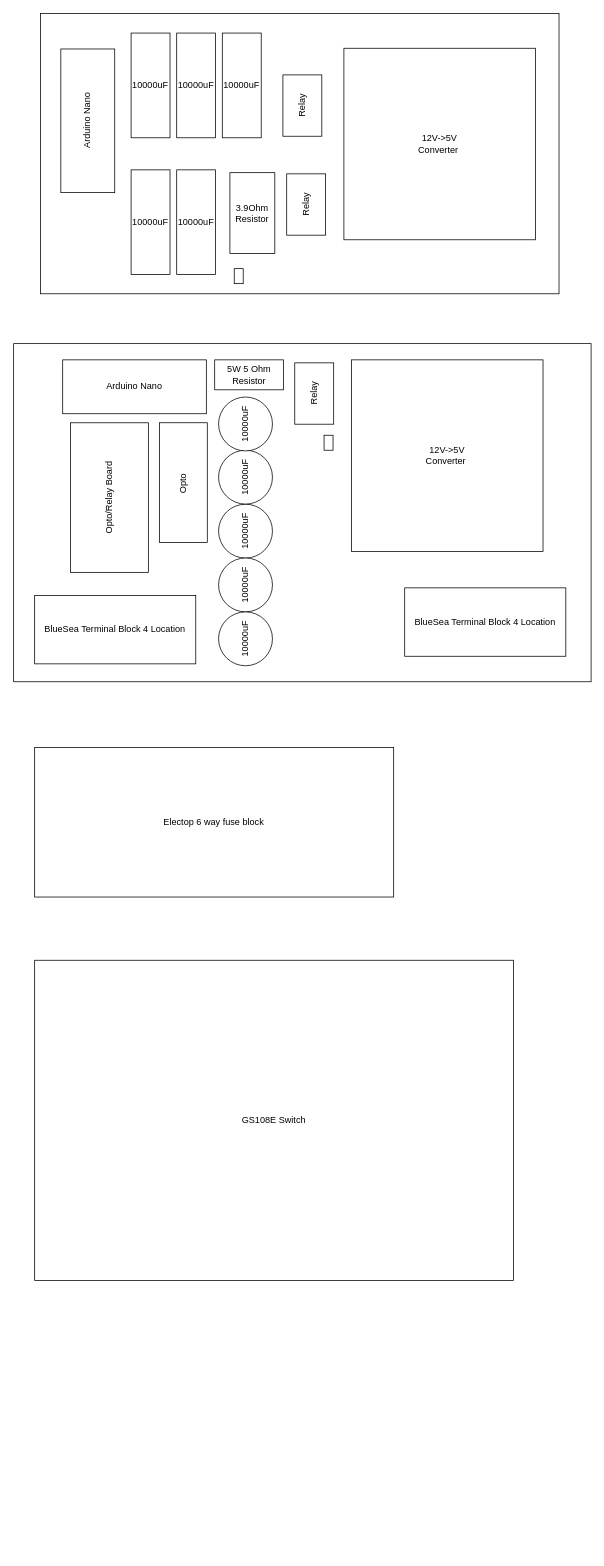
The draw.io diagram page "Relay 12V Layout" (3 of 3) of blog/2022-10-27-ups/UPS.drawio in natecostello/van_two_point_oh, before the edit. Source tidied: cells renumbered, new cells numbered last; positions are measured from the earlier drawing's top-left corner, leaving out a move shared by most shapes. Both pictures are drawn from the tidied source at 76%, with x=0, y=0 at pixel (16, -106).
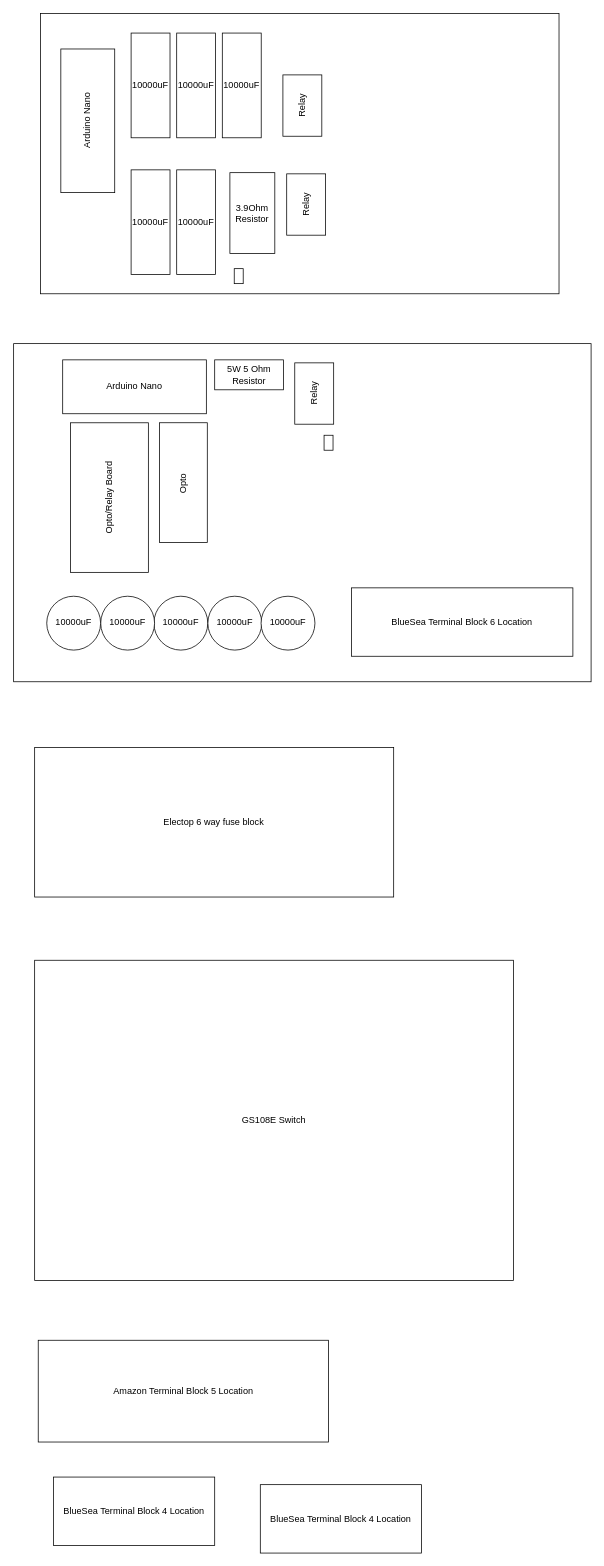
After the change.

What changed in the source:
```diff
@@
-    <mxCell id="14" value="12V-&amp;gt;5V&lt;br&gt;Converter&amp;nbsp;" style="rounded=0;whiteSpace=wrap;html=1;" parent="1" vertex="1">
-      <mxGeometry x="431" y="202" width="252" height="252" as="geometry" />
-    </mxCell>
@@
-    <mxCell id="20" value="12V-&amp;gt;5V&lt;br&gt;Converter&amp;nbsp;" style="rounded=0;whiteSpace=wrap;html=1;" parent="1" vertex="1">
-      <mxGeometry x="441" y="612" width="252" height="252" as="geometry" />
-    </mxCell>
+    <mxCell id="26" value="BlueSea Terminal Block 4 Location" style="rounded=0;whiteSpace=wrap;html=1;rotation=0;" parent="1" vertex="1">
+      <mxGeometry x="49" y="2082" width="212" height="90" as="geometry" />
+    </mxCell>
+    <mxCell id="27" value="Electop 6 way fuse block" style="rounded=0;whiteSpace=wrap;html=1;rotation=0;" parent="1" vertex="1">
+      <mxGeometry x="24.1" y="1122" width="472.4" height="196.8" as="geometry" />
+    </mxCell>
+    <mxCell id="28" value="GS108E Switch" style="rounded=0;whiteSpace=wrap;html=1;rotation=0;" parent="1" vertex="1">
+      <mxGeometry x="24.1" y="1402" width="629.9" height="421.3" as="geometry" />
+    </mxCell>
+    <mxCell id="29" value="BlueSea Terminal Block 4 Location" style="rounded=0;whiteSpace=wrap;html=1;rotation=0;" parent="1" vertex="1">
+      <mxGeometry x="321" y="2092" width="212" height="90" as="geometry" />
+    </mxCell>
+    <mxCell id="30" style="rounded=0;whiteSpace=wrap;html=1;" parent="1" vertex="1">
+      <mxGeometry x="404.9" y="711.2" width="11.8" height="19.7" as="geometry" />
+    </mxCell>
+    <mxCell id="31" value="Amazon Terminal Block 5 Location" style="rounded=0;whiteSpace=wrap;html=1;rotation=0;" parent="1" vertex="1">
+      <mxGeometry x="28.8" y="1902" width="381.9" height="133.9" as="geometry" />
+    </mxCell>
+    <mxCell id="32" value="BlueSea Terminal Block 6 Location" style="rounded=0;whiteSpace=wrap;html=1;rotation=0;" parent="1" vertex="1">
+      <mxGeometry x="441" y="912" width="291.3" height="90" as="geometry" />
+    </mxCell>
+    <mxCell id="33" style="group;rotation=90;" parent="1" vertex="1">
+      <mxGeometry x="181" y="782" width="70.9" height="353.6" as="geometry" />
+    </mxCell>
-    <mxCell id="21" value="10000uF" style="ellipse;whiteSpace=wrap;html=1;rotation=-90;" parent="1" vertex="1">
-      <mxGeometry x="266.1" y="801.9" width="70.9" height="70.9" as="geometry" />
+    <mxCell id="21" value="10000uF" style="ellipse;whiteSpace=wrap;html=1;rotation=0;" parent="33" vertex="1">
+      <mxGeometry y="141" width="70.9" height="70.9" as="geometry" />
     </mxCell>
-    <mxCell id="22" value="10000uF" style="ellipse;whiteSpace=wrap;html=1;rotation=-90;" parent="1" vertex="1">
-      <mxGeometry x="266.1" y="730.9" width="70.9" height="70.9" as="geometry" />
+    <mxCell id="22" value="10000uF" style="ellipse;whiteSpace=wrap;html=1;rotation=0;" parent="33" vertex="1">
+      <mxGeometry x="71" y="141" width="70.9" height="70.9" as="geometry" />
     </mxCell>
-    <mxCell id="23" value="10000uF" style="ellipse;whiteSpace=wrap;html=1;rotation=-90;" parent="1" vertex="1">
-      <mxGeometry x="266.1" y="872.7" width="70.9" height="70.9" as="geometry" />
+    <mxCell id="23" value="10000uF" style="ellipse;whiteSpace=wrap;html=1;rotation=0;" parent="33" vertex="1">
+      <mxGeometry x="-70" y="141" width="70.9" height="70.9" as="geometry" />
     </mxCell>
-    <mxCell id="24" value="10000uF" style="ellipse;whiteSpace=wrap;html=1;rotation=-90;" parent="1" vertex="1">
-      <mxGeometry x="266.1" y="943.6" width="70.9" height="70.9" as="geometry" />
+    <mxCell id="24" value="10000uF" style="ellipse;whiteSpace=wrap;html=1;rotation=0;" parent="33" vertex="1">
+      <mxGeometry x="-141" y="141" width="70.9" height="70.9" as="geometry" />
     </mxCell>
-    <mxCell id="25" value="10000uF" style="ellipse;whiteSpace=wrap;html=1;rotation=-90;" parent="1" vertex="1">
-      <mxGeometry x="266.1" y="660.9" width="70.9" height="70.9" as="geometry" />
+    <mxCell id="25" value="10000uF" style="ellipse;whiteSpace=wrap;html=1;rotation=0;" parent="33" vertex="1">
+      <mxGeometry x="141" y="141" width="70.9" height="70.9" as="geometry" />
     </mxCell>
-    <mxCell id="26" value="BlueSea Terminal Block 4 Location" style="rounded=0;whiteSpace=wrap;html=1;rotation=0;" parent="1" vertex="1">
-      <mxGeometry x="511" y="912" width="212" height="90" as="geometry" />
-    </mxCell>
-    <mxCell id="27" value="Electop 6 way fuse block" style="rounded=0;whiteSpace=wrap;html=1;rotation=0;" parent="1" vertex="1">
-      <mxGeometry x="24.1" y="1122" width="472.4" height="196.8" as="geometry" />
-    </mxCell>
-    <mxCell id="28" value="GS108E Switch" style="rounded=0;whiteSpace=wrap;html=1;rotation=0;" parent="1" vertex="1">
-      <mxGeometry x="24.1" y="1402" width="629.9" height="421.3" as="geometry" />
-    </mxCell>
-    <mxCell id="29" value="BlueSea Terminal Block 4 Location" style="rounded=0;whiteSpace=wrap;html=1;rotation=0;" parent="1" vertex="1">
-      <mxGeometry x="24.1" y="922" width="212" height="90" as="geometry" />
-    </mxCell>
-    <mxCell id="30" style="rounded=0;whiteSpace=wrap;html=1;" parent="1" vertex="1">
-      <mxGeometry x="404.9" y="711.2" width="11.8" height="19.7" as="geometry" />
-    </mxCell>
```
